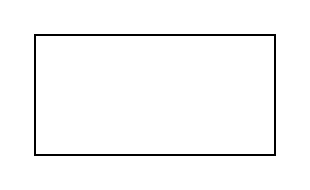
The draw.io diagram Untitled Diagram.drawio in asiFeng/draw.io, before the edit. Source tidied: cells renumbered, new cells numbered last; positions are measured from the earlier drawing's top-left corner, leaving out a move shared by most shapes. Both pictures are drawn from the tidied source at 200%, with x=0, y=0 at pixel (34, 34).
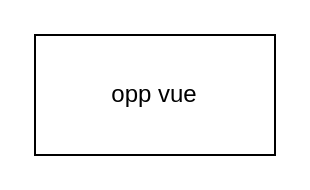
Above is the later version.

The edit, as a diff of the source:
```diff
@@
 <mxGraphModel>
   <root>
     <mxCell id="0" />
     <mxCell id="1" parent="0" />
-    <mxCell id="2" style="rounded=0;whiteSpace=wrap;html=1;" parent="1" vertex="1">
+    <mxCell id="2" value="opp vue" style="rounded=0;whiteSpace=wrap;html=1;" parent="1" vertex="1">
       <mxGeometry width="120" height="60" as="geometry" />
     </mxCell>
   </root>
 </mxGraphModel>
```
